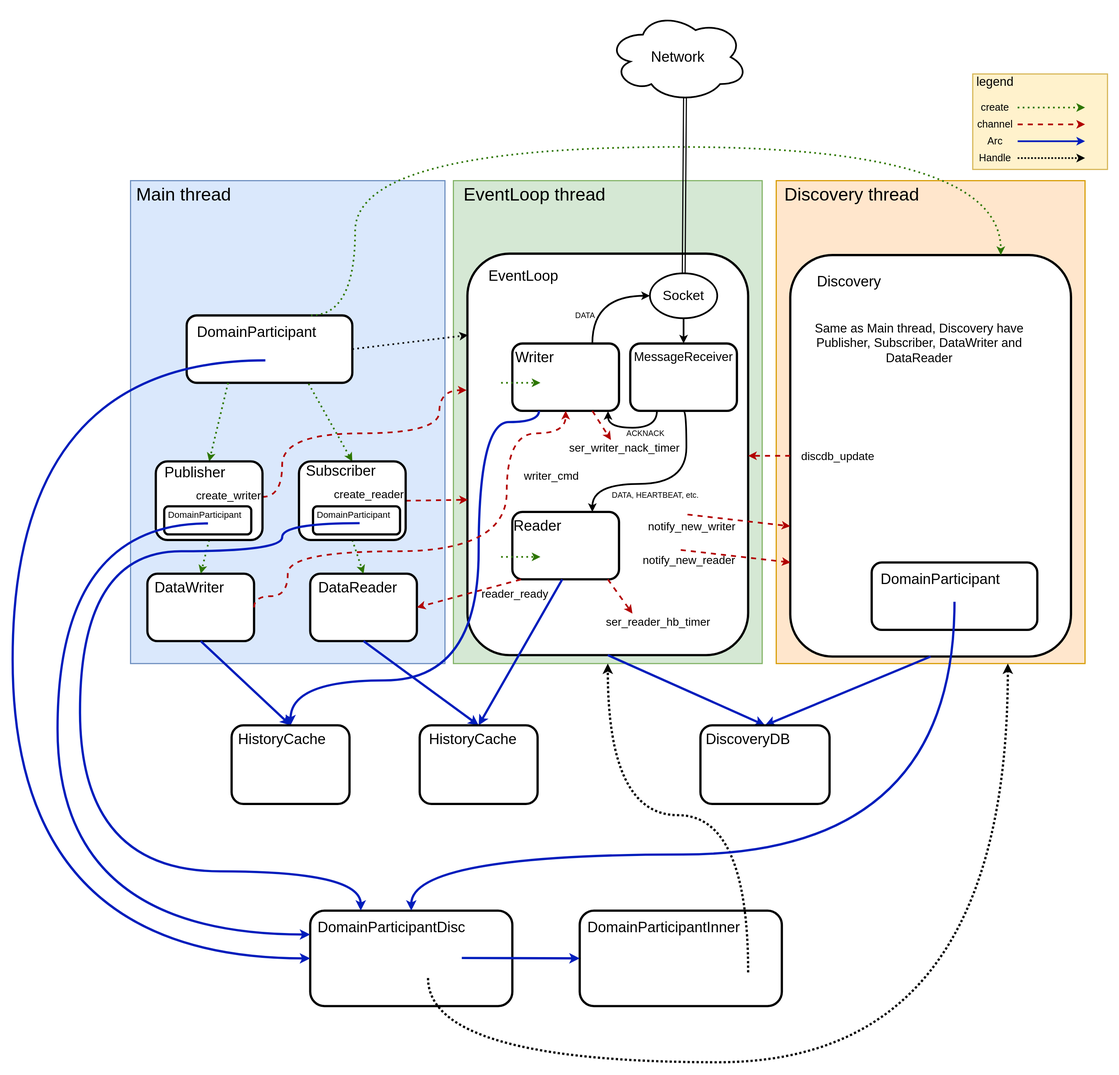
Above: docs/UmberDDS_modules.svg in tier4/umber_dds (draw.io), before the change. Source tidied: cells renumbered, new cells last; positions are measured from the earlier drawing's top-left corner, leaving out a move shared by most shapes.
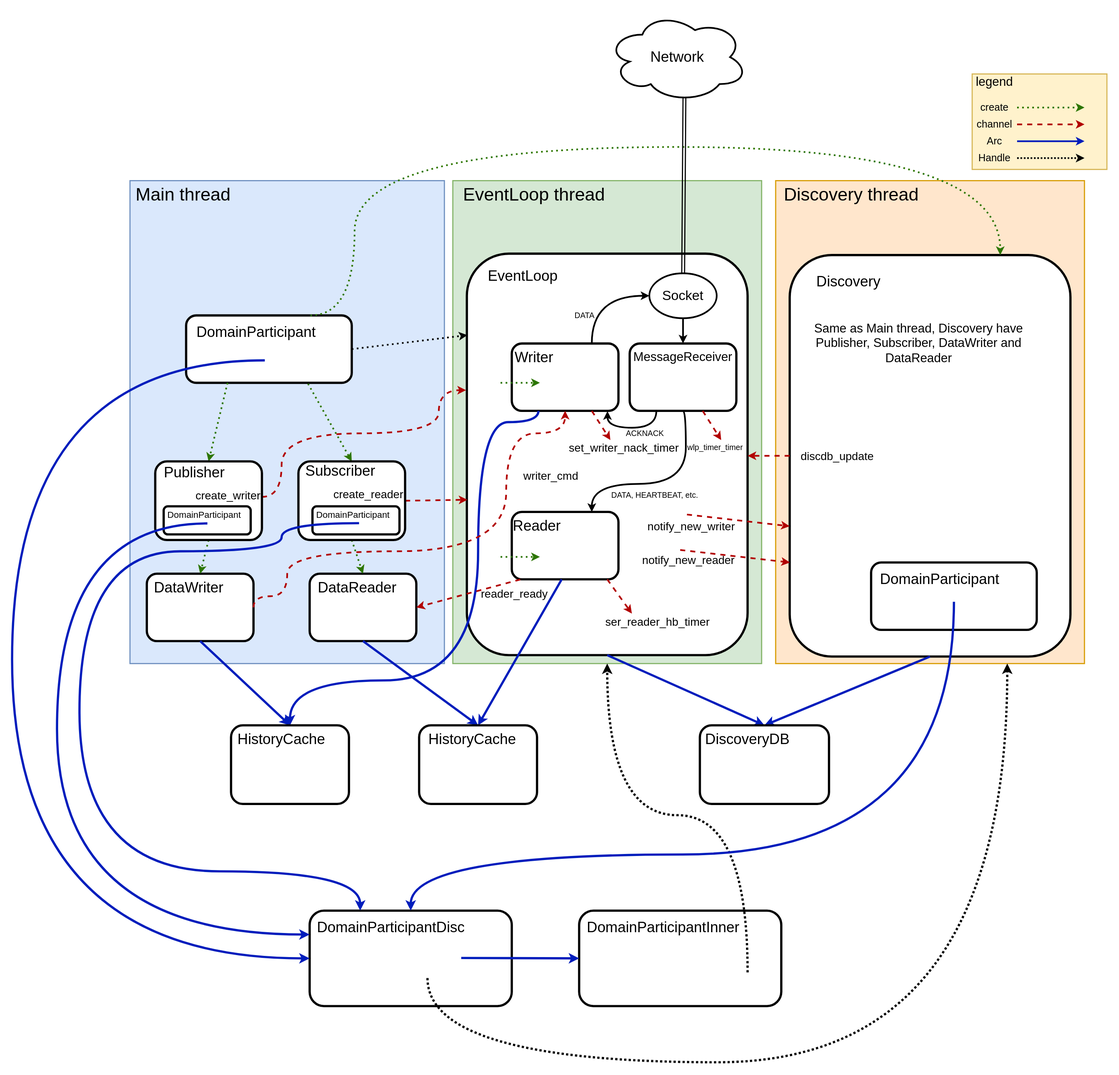
The same diagram one commit later.

Commit message:
update figure of modules

The edit, as a diff of the source:
```diff
@@ -143,7 +143,7 @@
     <mxCell id="40" value="&lt;font style=&quot;font-size: 20px;&quot;&gt;ser_reader_hb_timer&lt;/font&gt;" style="text;html=1;align=center;verticalAlign=middle;whiteSpace=wrap;rounded=0;" parent="1" vertex="1">
       <mxGeometry x="1050" y="1070" width="200" height="30" as="geometry" />
     </mxCell>
-    <mxCell id="41" value="&lt;font style=&quot;font-size: 20px;&quot;&gt;ser_writer_nack_timer&lt;/font&gt;" style="text;html=1;align=center;verticalAlign=middle;whiteSpace=wrap;rounded=0;" parent="1" vertex="1">
+    <mxCell id="41" value="&lt;font style=&quot;font-size: 20px;&quot;&gt;set_writer_nack_timer&lt;/font&gt;" style="text;html=1;align=center;verticalAlign=middle;whiteSpace=wrap;rounded=0;" parent="1" vertex="1">
       <mxGeometry x="990" y="760" width="200" height="30" as="geometry" />
     </mxCell>
     <mxCell id="42" style="endArrow=classic;html=1;rounded=0;entryX=0.5;entryY=1;entryDx=0;entryDy=0;strokeWidth=3;dashed=1;edgeStyle=orthogonalEdgeStyle;curved=1;exitX=1;exitY=0.5;exitDx=0;exitDy=0;fillColor=#e51400;strokeColor=#B20000;" parent="1" edge="1" source="18" target="14">
@@ -449,5 +449,14 @@
     <mxCell id="115" value="&lt;font style=&quot;font-size: 14px;&quot;&gt;DATA, HEARTBEAT, etc.&lt;/font&gt;" style="text;html=1;align=center;verticalAlign=middle;whiteSpace=wrap;rounded=0;" parent="1" vertex="1">
       <mxGeometry x="1060" y="850" width="170" height="20" as="geometry" />
     </mxCell>
+    <mxCell id="116" style="endArrow=classic;html=1;rounded=0;exitX=0.75;exitY=1;exitDx=0;exitDy=0;strokeWidth=3;dashed=1;fillColor=#e51400;strokeColor=#B20000;entryX=0.378;entryY=0.062;entryDx=0;entryDy=0;entryPerimeter=0;" parent="1" edge="1">
+      <mxGeometry relative="1" as="geometry">
+        <mxPoint x="1230" y="710" as="sourcePoint" />
+        <mxPoint x="1263" y="762" as="targetPoint" />
+      </mxGeometry>
+    </mxCell>
+    <mxCell id="117" value="&lt;font style=&quot;font-size: 14px;&quot;&gt;wlp_timer_timer&lt;/font&gt;" style="text;html=1;align=center;verticalAlign=middle;whiteSpace=wrap;rounded=0;" parent="1" vertex="1">
+      <mxGeometry x="1180" y="760" width="145" height="30" as="geometry" />
+    </mxCell>
   </root>
 </mxGraphModel>
```
